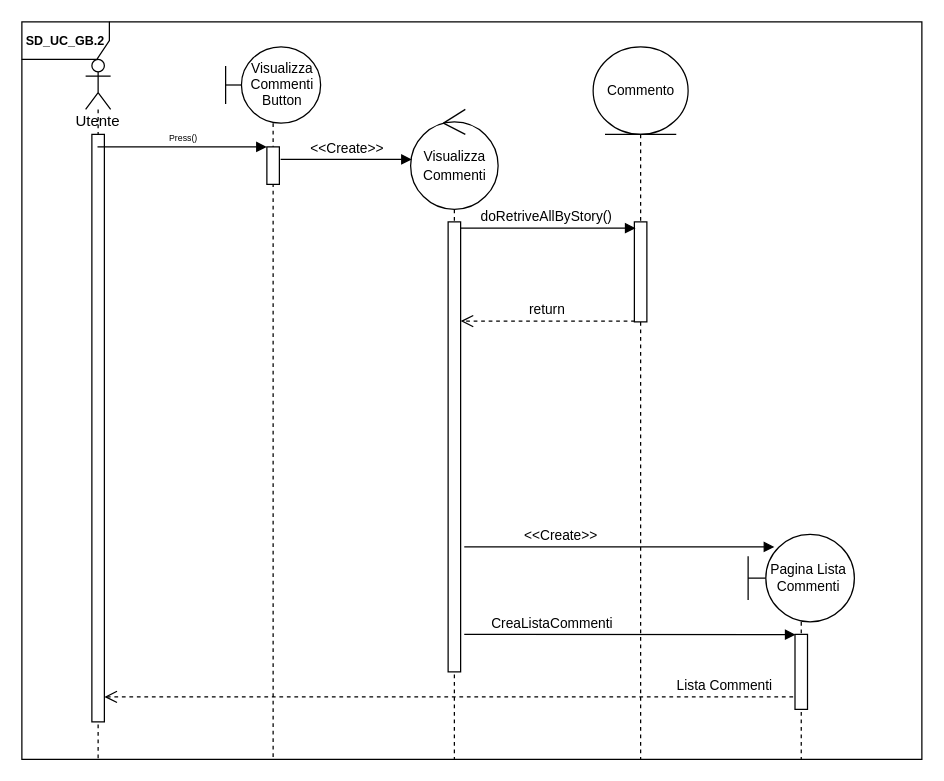
The draw.io diagram page "SD_UC_GB.4" (5 of 6) of Schemi/RAD/SequenceDiagrams.drawio in EmmanuelEngineer/E.M.A.A., before the edit. Source tidied: cells renumbered, new cells numbered last; positions are measured from the earlier drawing's top-left corner, leaving out a move shared by most shapes. Both pictures are drawn from the tidied source at 125%, with x=0, y=0 at pixel (21, 21).
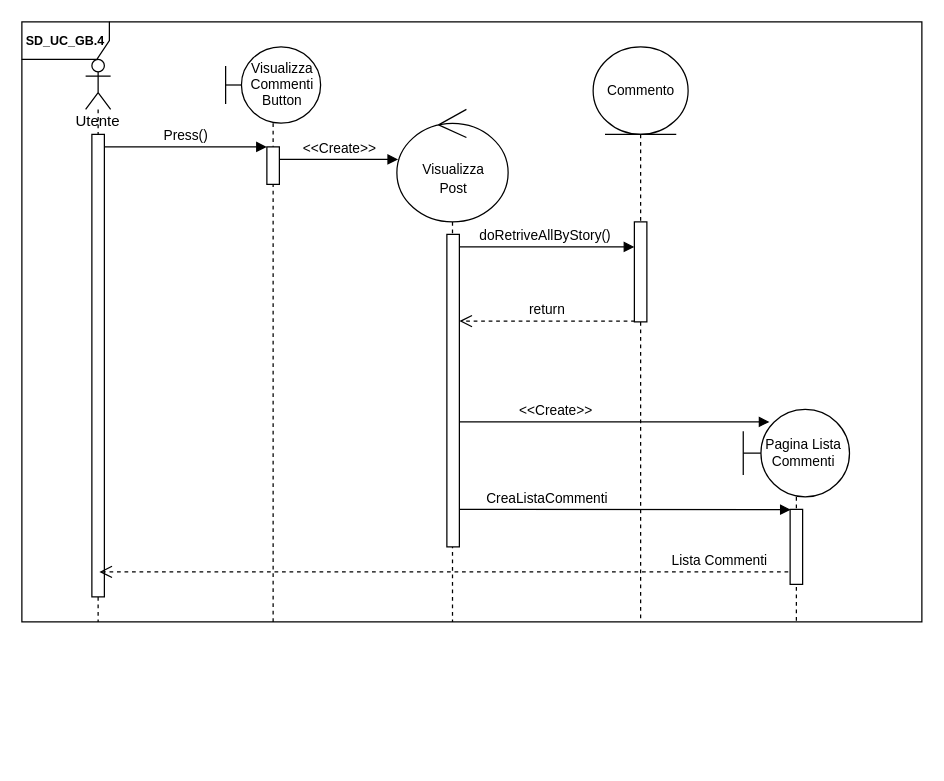
Above is the later version.

Unchanged cells that the change refers to:
```xml
<mxCell id="7" style="html=1;points=[];perimeter=orthogonalPerimeter;fontSize=7;fillColor=default;gradientColor=none;" parent="5" vertex="1">
  <mxGeometry x="33" y="80" width="10" height="30" as="geometry" />
</mxCell>
```

Diff of the diagram source:
```diff
@@
-    <mxCell id="2" value="&lt;font style=&quot;font-size: 10px&quot;&gt;&lt;b&gt;SD_UC_GB.2&lt;/b&gt;&lt;/font&gt;" style="shape=umlFrame;whiteSpace=wrap;html=1;width=70;height=30;" parent="1" vertex="1">
-      <mxGeometry width="720" height="590" as="geometry" />
+    <mxCell id="2" value="&lt;font style=&quot;font-size: 10px&quot;&gt;&lt;b&gt;SD_UC_GB.4&lt;/b&gt;&lt;/font&gt;" style="shape=umlFrame;whiteSpace=wrap;html=1;width=70;height=30;" parent="1" vertex="1">
+      <mxGeometry width="720" height="480" as="geometry" />
     </mxCell>
     <mxCell id="3" value="Utente" style="shape=umlLifeline;participant=umlActor;perimeter=lifelinePerimeter;whiteSpace=wrap;html=1;verticalAlign=top;spacingTop=36;outlineConnect=0;fillColor=default;gradientColor=none;size=40;" parent="1" vertex="1">
-      <mxGeometry x="51" y="30" width="20" height="560" as="geometry" />
+      <mxGeometry x="51" y="30" width="20" height="450" as="geometry" />
     </mxCell>
     <mxCell id="4" style="html=1;points=[];perimeter=orthogonalPerimeter;fontSize=7;fillColor=default;gradientColor=none;" parent="3" vertex="1">
-      <mxGeometry x="5" y="60" width="10" height="470" as="geometry" />
+      <mxGeometry x="5" y="60" width="10" height="370" as="geometry" />
     </mxCell>
     <mxCell id="5" style="shape=umlLifeline;participant=umlBoundary;perimeter=lifelinePerimeter;whiteSpace=wrap;html=1;verticalAlign=top;spacingTop=36;fillColor=default;gradientColor=none;size=61;" parent="1" vertex="1">
-      <mxGeometry x="163" y="20" width="76" height="570" as="geometry" />
+      <mxGeometry x="163" y="20" width="76" height="460" as="geometry" />
     </mxCell>
@@
-    <mxCell id="8" style="shape=umlLifeline;participant=umlControl;perimeter=lifelinePerimeter;whiteSpace=wrap;html=1;verticalAlign=top;spacingTop=36;fillColor=default;gradientColor=none;size=80;" parent="1" vertex="1">
-      <mxGeometry x="311" y="70" width="70" height="520" as="geometry" />
+    <mxCell id="8" style="shape=umlLifeline;participant=umlControl;perimeter=lifelinePerimeter;whiteSpace=wrap;html=1;verticalAlign=top;spacingTop=36;fillColor=default;gradientColor=none;size=90;" parent="1" vertex="1">
+      <mxGeometry x="300" y="70" width="89" height="410" as="geometry" />
     </mxCell>
-    <mxCell id="9" value="&lt;font style=&quot;font-size: 11px&quot;&gt;Visualizza&lt;br&gt;Commenti&lt;br&gt;&lt;/font&gt;" style="text;html=1;align=center;verticalAlign=middle;strokeColor=none;fillColor=none;" parent="8" vertex="1">
-      <mxGeometry y="30" width="70" height="30" as="geometry" />
+    <mxCell id="9" value="&lt;font style=&quot;font-size: 11px&quot;&gt;Visualizza&lt;br&gt;Post&lt;br&gt;&lt;/font&gt;" style="text;html=1;align=center;verticalAlign=middle;strokeColor=none;fillColor=none;" parent="8" vertex="1">
+      <mxGeometry x="15" y="40" width="60" height="30" as="geometry" />
     </mxCell>
     <mxCell id="10" style="html=1;points=[];perimeter=orthogonalPerimeter;fontSize=7;fillColor=default;gradientColor=none;" parent="8" vertex="1">
-      <mxGeometry x="30" y="90" width="10" height="360" as="geometry" />
+      <mxGeometry x="40" y="100" width="10" height="250" as="geometry" />
     </mxCell>
-    <mxCell id="11" value="&lt;font style=&quot;font-size: 11px&quot;&gt;&amp;lt;&amp;lt;Create&amp;gt;&amp;gt;&lt;/font&gt;" style="html=1;verticalAlign=bottom;endArrow=block;rounded=0;fontSize=7;exitX=1.037;exitY=0.342;exitDx=0;exitDy=0;exitPerimeter=0;" parent="8" edge="1">
+    <mxCell id="11" value="&lt;font style=&quot;font-size: 11px&quot;&gt;&amp;lt;&amp;lt;Create&amp;gt;&amp;gt;&lt;/font&gt;" style="html=1;verticalAlign=bottom;endArrow=block;rounded=0;fontSize=7;" parent="8" edge="1" source="7">
       <mxGeometry relative="1" as="geometry">
-        <mxPoint x="-104" y="40" as="sourcePoint" />
         <mxPoint x="1" y="40" as="targetPoint" />
       </mxGeometry>
     </mxCell>
     <mxCell id="12" style="shape=umlLifeline;participant=umlEntity;perimeter=lifelinePerimeter;whiteSpace=wrap;html=1;verticalAlign=top;spacingTop=36;fillColor=default;gradientColor=none;size=70;" parent="1" vertex="1">
-      <mxGeometry x="457" y="20" width="76" height="570" as="geometry" />
+      <mxGeometry x="457" y="20" width="76" height="460" as="geometry" />
     </mxCell>
@@
     <mxCell id="15" value="&lt;font style=&quot;font-size: 11px&quot;&gt;doRetriveAllByStory()&amp;nbsp;&lt;/font&gt;" style="html=1;verticalAlign=bottom;endArrow=block;rounded=0;fontSize=7;anchorPointDirection=1;" parent="1" edge="1">
       <mxGeometry relative="1" as="geometry">
-        <mxPoint x="351" y="165" as="sourcePoint" />
-        <mxPoint x="491" y="165" as="targetPoint" />
+        <mxPoint x="350" y="180" as="sourcePoint" />
+        <mxPoint x="490" y="180" as="targetPoint" />
       </mxGeometry>
     </mxCell>
@@
     <mxCell id="17" value="&lt;font style=&quot;font-size: 11px&quot;&gt;&amp;lt;&amp;lt;Create&amp;gt;&amp;gt;&lt;/font&gt;" style="html=1;verticalAlign=bottom;endArrow=block;rounded=0;fontSize=7;exitX=1.037;exitY=0.342;exitDx=0;exitDy=0;exitPerimeter=0;" parent="1" edge="1">
       <mxGeometry x="-0.38" relative="1" as="geometry">
-        <mxPoint x="353.9" y="420" as="sourcePoint" />
-        <mxPoint x="602" y="420" as="targetPoint" />
+        <mxPoint x="350" y="320" as="sourcePoint" />
+        <mxPoint x="598.1" y="320" as="targetPoint" />
       </mxGeometry>
     </mxCell>
-    <mxCell id="18" value="Press()" style="html=1;verticalAlign=bottom;endArrow=block;rounded=0;fontSize=7;" parent="1" edge="1" source="3" target="7">
+    <mxCell id="18" value="&lt;font style=&quot;font-size: 11px&quot;&gt;Press()&lt;/font&gt;" style="html=1;verticalAlign=bottom;endArrow=block;rounded=0;fontSize=7;exitX=0.99;exitY=0.027;exitDx=0;exitDy=0;exitPerimeter=0;" parent="1" edge="1" source="4" target="7">
       <mxGeometry relative="1" as="geometry">
         <Array as="points">
           <mxPoint x="171" y="100" />
         </Array>
       </mxGeometry>
     </mxCell>
     <mxCell id="19" value="&lt;font style=&quot;font-size: 11px&quot;&gt;CreaListaCommenti&lt;/font&gt;" style="html=1;verticalAlign=bottom;endArrow=block;rounded=0;fontSize=7;exitX=1.037;exitY=0.342;exitDx=0;exitDy=0;exitPerimeter=0;entryX=-0.045;entryY=0.127;entryDx=0;entryDy=0;entryPerimeter=0;" parent="1" edge="1">
       <mxGeometry x="-0.47" relative="1" as="geometry">
-        <mxPoint x="353.9" y="490" as="sourcePoint" />
-        <mxPoint x="619" y="490.2" as="targetPoint" />
+        <mxPoint x="350" y="390" as="sourcePoint" />
+        <mxPoint x="615.1" y="390.2" as="targetPoint" />
       </mxGeometry>
     </mxCell>
     <mxCell id="20" style="shape=umlLifeline;participant=umlBoundary;perimeter=lifelinePerimeter;whiteSpace=wrap;html=1;verticalAlign=top;spacingTop=36;fillColor=default;gradientColor=none;size=70;" parent="1" vertex="1">
-      <mxGeometry x="581" y="410" width="85" height="180" as="geometry" />
+      <mxGeometry x="577.1" y="310" width="85" height="170" as="geometry" />
     </mxCell>
@@
     <mxCell id="23" value="Lista Commenti" style="html=1;verticalAlign=bottom;endArrow=open;dashed=1;endSize=8;rounded=0;" parent="20" edge="1">
       <mxGeometry x="-0.8" relative="1" as="geometry">
         <mxPoint x="36" y="130" as="sourcePoint" />
-        <mxPoint x="-515" y="130" as="targetPoint" />
+        <mxPoint x="-515.1" y="130" as="targetPoint" />
       </mxGeometry>
     </mxCell>
```
